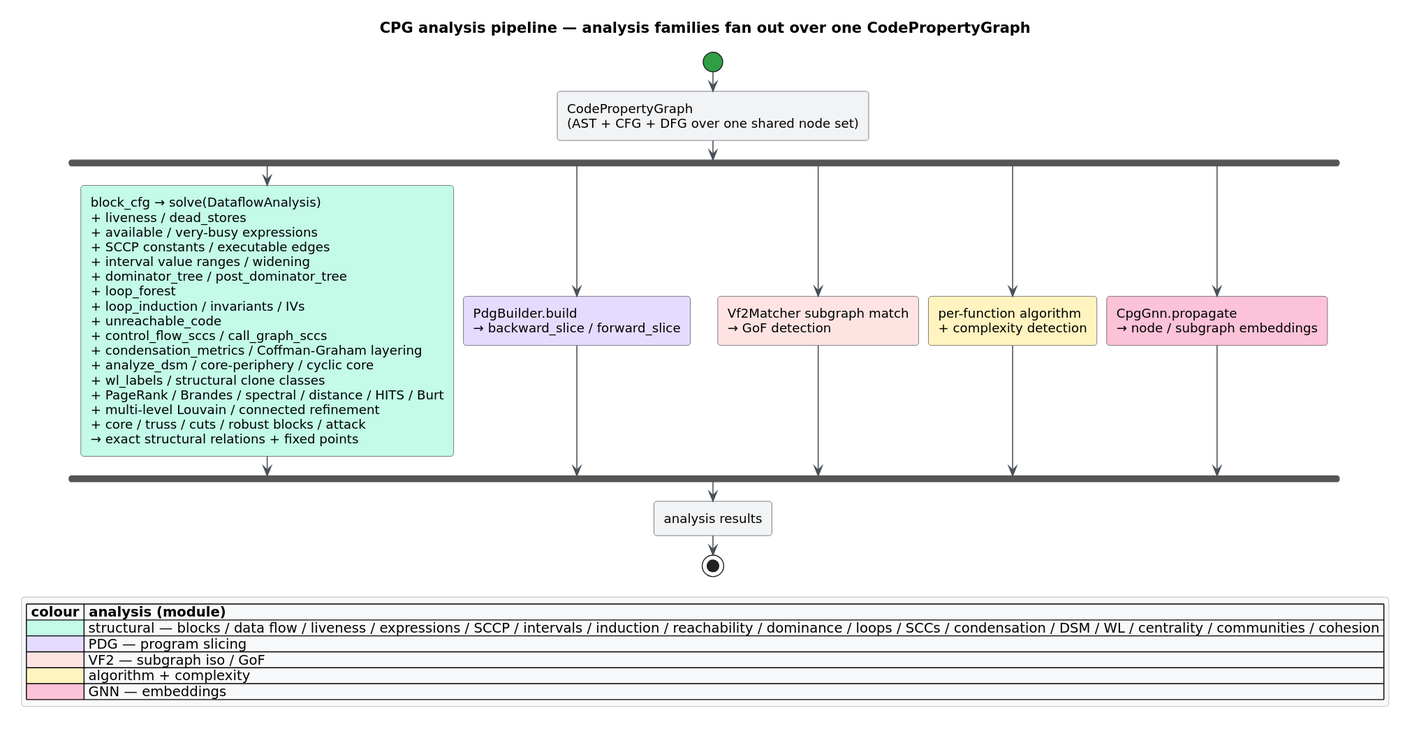
vinary-tree/libcpg keeps this PlantUML diagram as docs/diagrams/analysis-pipeline.svg. Above is the earlier version. Its source is kept beside it as docs/diagrams/analysis-pipeline.puml.
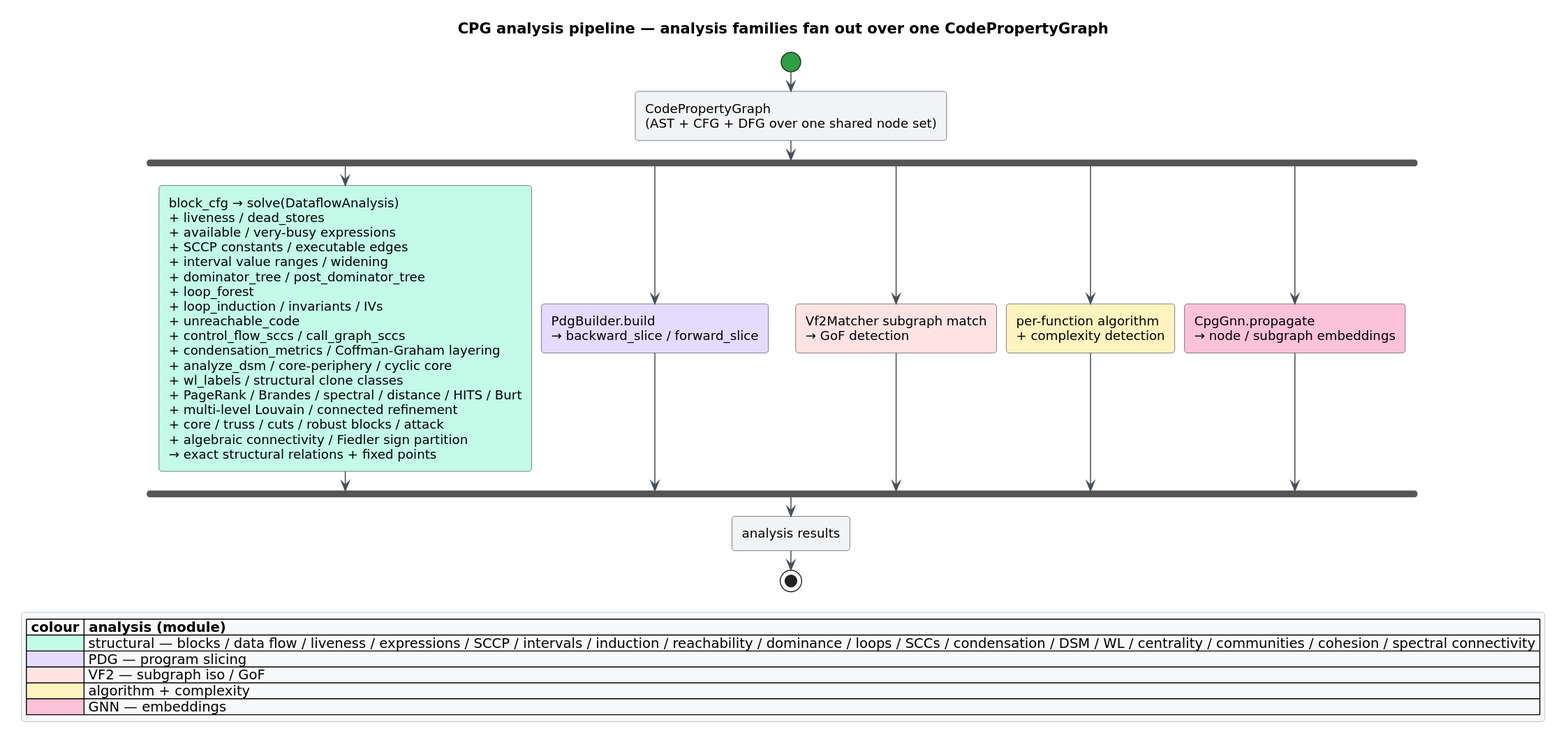
The same file after the commit.

Diff of the diagram source:
```diff
@@ -21,6 +21,7 @@
   + PageRank / Brandes / spectral / distance / HITS / Burt
   + multi-level Louvain / connected refinement
   + core / truss / cuts / robust blocks / attack
+  + algebraic connectivity / Fiedler sign partition
   → exact structural relations + fixed points;<<#C3FAE8>>
 fork again
   :PdgBuilder.build
@@ -39,7 +40,7 @@
 stop
 legend right
   |= colour |= analysis (module) |
-  |<#C3FAE8>| structural — blocks / data flow / liveness / expressions / SCCP / intervals / induction / reachability / dominance / loops / SCCs / condensation / DSM / WL / centrality / communities / cohesion |
+  |<#C3FAE8>| structural — blocks / data flow / liveness / expressions / SCCP / intervals / induction / reachability / dominance / loops / SCCs / condensation / DSM / WL / centrality / communities / cohesion / spectral connectivity |
   |<#E5DBFF>| PDG — program slicing |
   |<#FFE3E3>| VF2 — subgraph iso / GoF |
   |<#FFF3BF>| algorithm + complexity |
```
